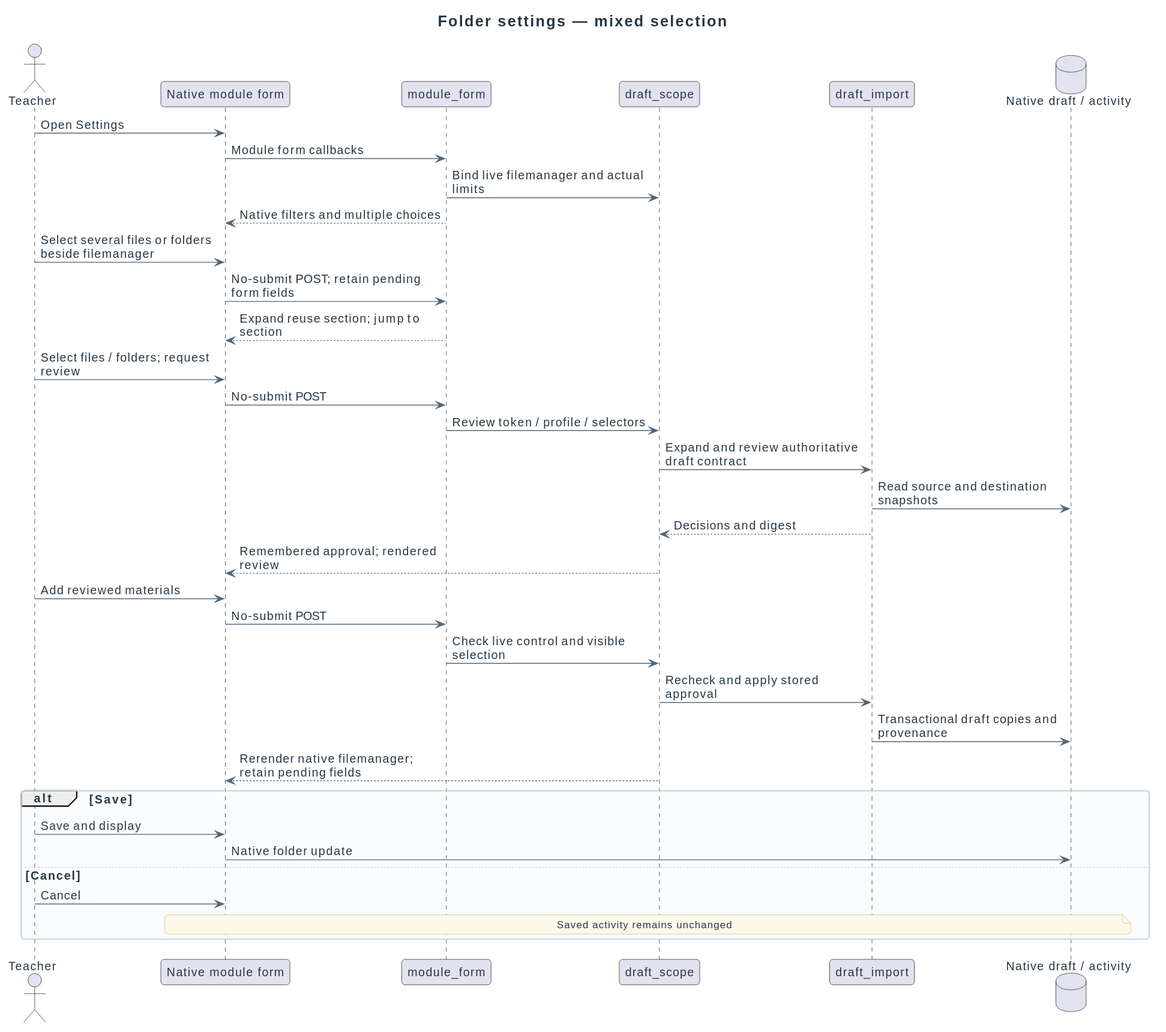
didactika/moodle-local_coursefiles keeps this PlantUML diagram as docs/diagrams/design/sequences/folder-selection.svg. Above is the earlier version.
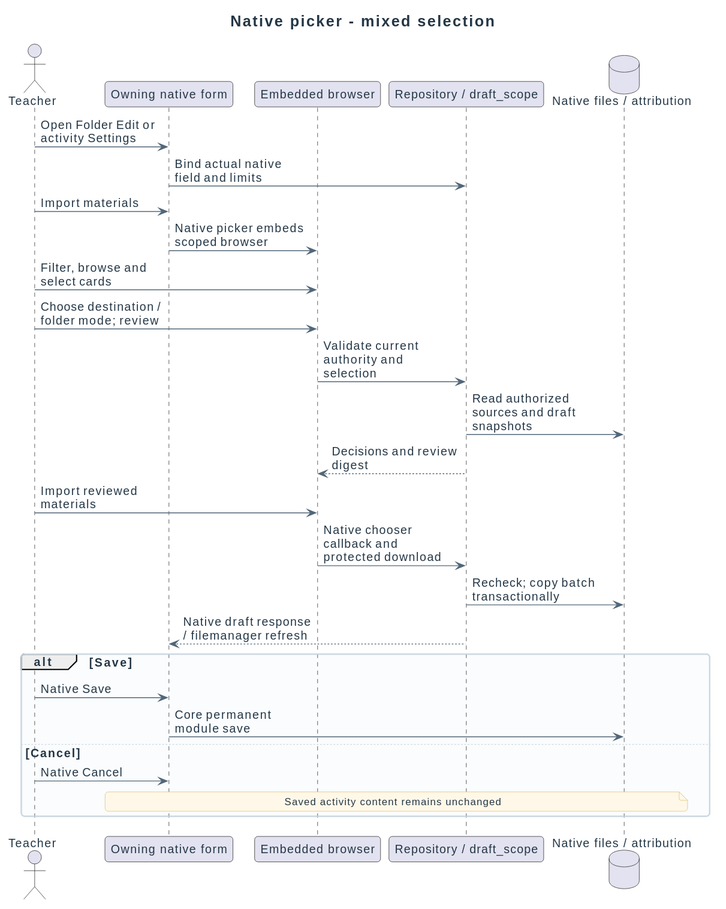
Later version of the same file.

Change to the diagram source:
```diff
@@ -1,41 +1,30 @@
 @startuml
 !include ../../_style.puml
-skinparam maxMessageSize 240
-title Folder settings — mixed selection
+skinparam maxMessageSize 160
+title Native picker - mixed selection
 actor Teacher
-participant "Native module form" as Form
-participant "module_form" as Integration
-participant "draft_scope" as Scope
-participant "draft_import" as Batch
-database "Native draft / activity" as Files
-
-Teacher -> Form : Open Settings
-Form -> Integration : Module form callbacks
-Integration -> Scope : Bind live filemanager and actual limits
-Integration --> Form : Native filters and multiple choices
-Teacher -> Form : Select several files or folders beside filemanager
-Form -> Integration : No-submit POST; retain pending form fields
-Integration --> Form : Expand reuse section; jump to section
-Teacher -> Form : Select files / folders; request review
-Form -> Integration : No-submit POST
-Integration -> Scope : Review token / profile / selectors
-Scope -> Batch : Expand and review authoritative draft contract
-Batch -> Files : Read source and destination snapshots
-Batch --> Scope : Decisions and digest
-Scope --> Form : Remembered approval; rendered review
-
-Teacher -> Form : Add reviewed materials
-Form -> Integration : No-submit POST
-Integration -> Scope : Check live control and visible selection
-Scope -> Batch : Recheck and apply stored approval
-Batch -> Files : Transactional draft copies and provenance
-Scope --> Form : Rerender native filemanager; retain pending fields
-
+participant "Owning native form" as Form
+participant "Embedded browser" as Browser
+participant "Repository / draft_scope" as Scope
+database "Native files / attribution" as Files
+Teacher -> Form : Open Folder Edit or activity Settings
+Form -> Scope : Bind actual native field and limits
+Teacher -> Form : Import materials
+Form -> Browser : Native picker embeds scoped browser
+Teacher -> Browser : Filter, browse and select cards
+Teacher -> Browser : Choose destination / folder mode; review
+Browser -> Scope : Validate current authority and selection
+Scope -> Files : Read authorized sources and draft snapshots
+Scope --> Browser : Decisions and review digest
+Teacher -> Browser : Import reviewed materials
+Browser -> Scope : Native chooser callback and protected download
+Scope -> Files : Recheck; copy batch transactionally
+Scope --> Form : Native draft response / filemanager refresh
 alt Save
-  Teacher -> Form : Save and display
-  Form -> Files : Native folder update
+ Teacher -> Form : Native Save
+ Form -> Files : Core permanent module save
 else Cancel
-  Teacher -> Form : Cancel
-  note over Form, Files : Saved activity remains unchanged
+ Teacher -> Form : Native Cancel
+ note over Form, Files : Saved activity content remains unchanged
 end
 @enduml
```
